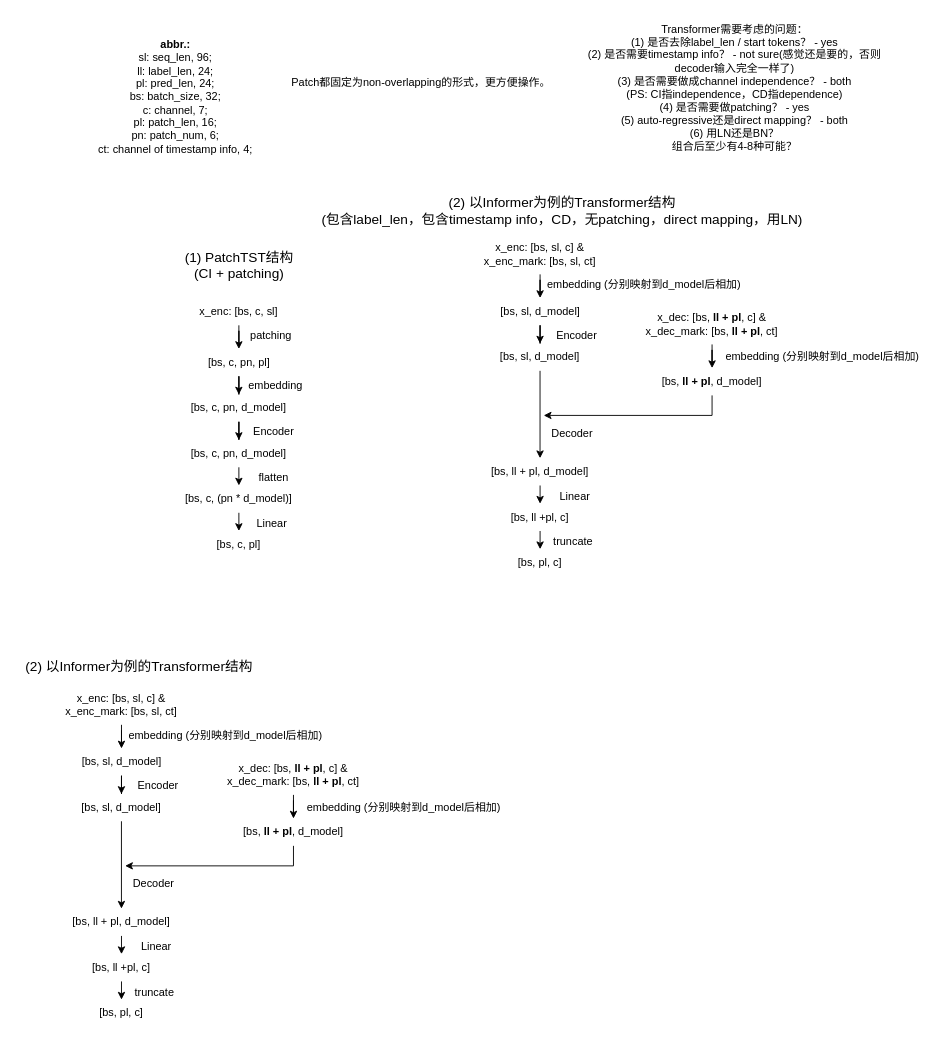
HALF111/Research_figures keeps this draw.io diagram as TSF_Transformer架构探讨.drawio. Above is the earlier version. Source tidied: cells renumbered, new cells numbered last; positions are measured from the earlier drawing's top-left corner, leaving out a move shared by most shapes. Both pictures are drawn from the tidied source at 91%, with x=0, y=0 at pixel (15, 33).
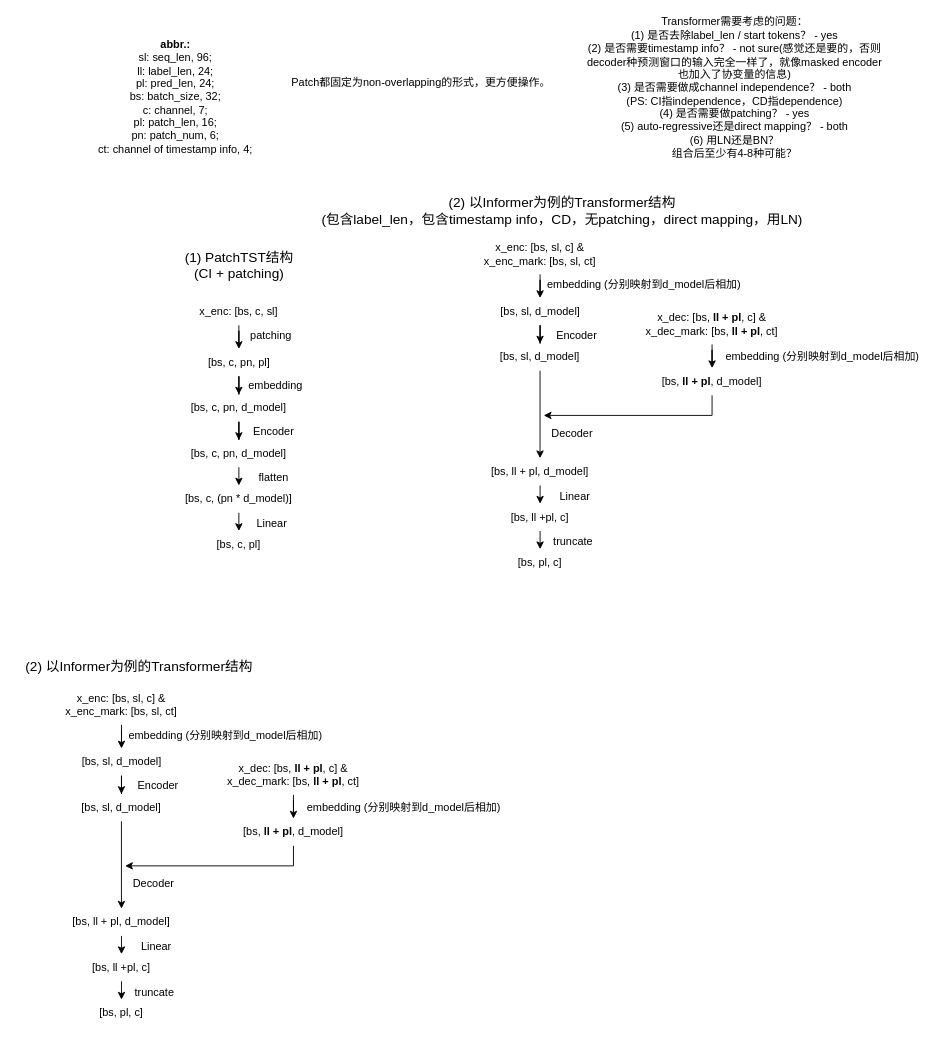
After the change.

Commit message (it also covers changes not shown here):
更新TSF_Transformer架构探讨.drawio

Diff of the diagram source:
```diff
@@
-    <mxCell id="7" value="Transformer需要考虑的问题：&lt;div&gt;(1) 是否去除label_len / start tokens？ - yes&lt;/div&gt;&lt;div&gt;(2) 是否需要timestamp info？ - not sure(感觉还是要的，否则decoder输入完全一样了)&lt;/div&gt;&lt;div&gt;(3) 是否需要做成channel independence？ - both&lt;/div&gt;&lt;div&gt;(PS: CI指independence，CD指dependence)&lt;/div&gt;&lt;div&gt;(4) 是否需要做patching？ - yes&lt;/div&gt;&lt;div&gt;(5) auto-regressive还是direct mapping？ - both&lt;/div&gt;&lt;div&gt;(6) 用LN还是BN？&lt;/div&gt;&lt;div&gt;组合后至少有4-8种可能？&lt;/div&gt;" style="text;html=1;align=center;verticalAlign=middle;whiteSpace=wrap;rounded=0;" parent="1" vertex="1">
+    <mxCell id="7" value="Transformer需要考虑的问题：&lt;div&gt;(1) 是否去除label_len / start tokens？ - yes&lt;/div&gt;&lt;div&gt;(2) 是否需要timestamp info？ - not sure(感觉还是要的，否则decoder种预测窗口的输入完全一样了，就像masked encoder也加入了协变量的信息)&lt;/div&gt;&lt;div&gt;(3) 是否需要做成channel independence？ - both&lt;/div&gt;&lt;div&gt;(PS: CI指independence，CD指dependence)&lt;/div&gt;&lt;div&gt;(4) 是否需要做patching？ - yes&lt;/div&gt;&lt;div&gt;(5) auto-regressive还是direct mapping？ - both&lt;/div&gt;&lt;div&gt;(6) 用LN还是BN？&lt;/div&gt;&lt;div&gt;组合后至少有4-8种可能？&lt;/div&gt;" style="text;html=1;align=center;verticalAlign=middle;whiteSpace=wrap;rounded=0;" parent="1" vertex="1">
       <mxGeometry x="625" width="330" height="120" as="geometry" />
     </mxCell>
```
